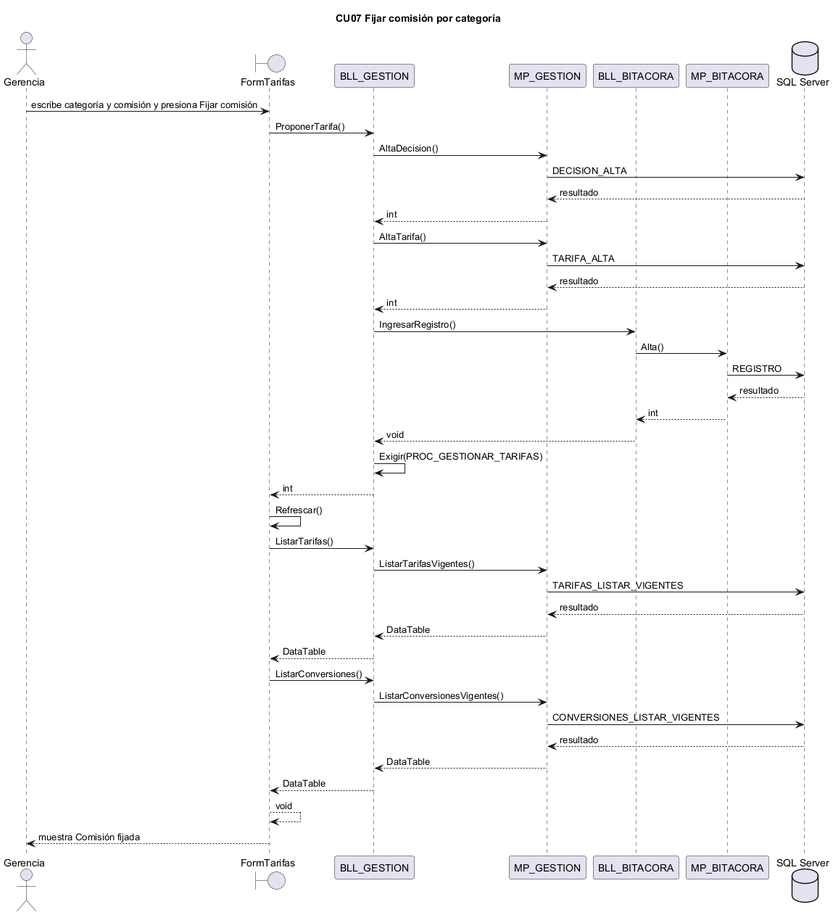
Earlier version of the PlantUML export docs/diagramas/secuencias_png/CU07.png (L-Muniz/uai-diploma_2026). The source it was exported from:
```plantuml
@startuml CU07
title CU07 Fijar comisión por categoría
actor "Gerencia" as ACT
boundary FormTarifas
participant BLL_GESTION
participant MP_GESTION
participant BLL_BITACORA
participant MP_BITACORA
database "SQL Server" as BD
ACT -> FormTarifas : escribe categoría y comisión y presiona Fijar comisión
FormTarifas -> BLL_GESTION : ProponerTarifa()
BLL_GESTION -> MP_GESTION : AltaDecision()
MP_GESTION -> BD : DECISION_ALTA
BD --> MP_GESTION : resultado
MP_GESTION --> BLL_GESTION : int
BLL_GESTION -> MP_GESTION : AltaTarifa()
MP_GESTION -> BD : TARIFA_ALTA
BD --> MP_GESTION : resultado
MP_GESTION --> BLL_GESTION : int
BLL_GESTION -> BLL_BITACORA : IngresarRegistro()
BLL_BITACORA -> MP_BITACORA : Alta()
MP_BITACORA -> BD : REGISTRO
BD --> MP_BITACORA : resultado
MP_BITACORA --> BLL_BITACORA : int
BLL_BITACORA --> BLL_GESTION : void
BLL_GESTION -> BLL_GESTION : Exigir(PROC_GESTIONAR_TARIFAS)
BLL_GESTION --> FormTarifas : int
FormTarifas -> FormTarifas : Refrescar()
FormTarifas -> BLL_GESTION : ListarTarifas()
BLL_GESTION -> MP_GESTION : ListarTarifasVigentes()
MP_GESTION -> BD : TARIFAS_LISTAR_VIGENTES
BD --> MP_GESTION : resultado
MP_GESTION --> BLL_GESTION : DataTable
BLL_GESTION --> FormTarifas : DataTable
FormTarifas -> BLL_GESTION : ListarConversiones()
BLL_GESTION -> MP_GESTION : ListarConversionesVigentes()
MP_GESTION -> BD : CONVERSIONES_LISTAR_VIGENTES
BD --> MP_GESTION : resultado
MP_GESTION --> BLL_GESTION : DataTable
BLL_GESTION --> FormTarifas : DataTable
FormTarifas --> FormTarifas : void
FormTarifas --> ACT : muestra Comisión fijada
@enduml
```
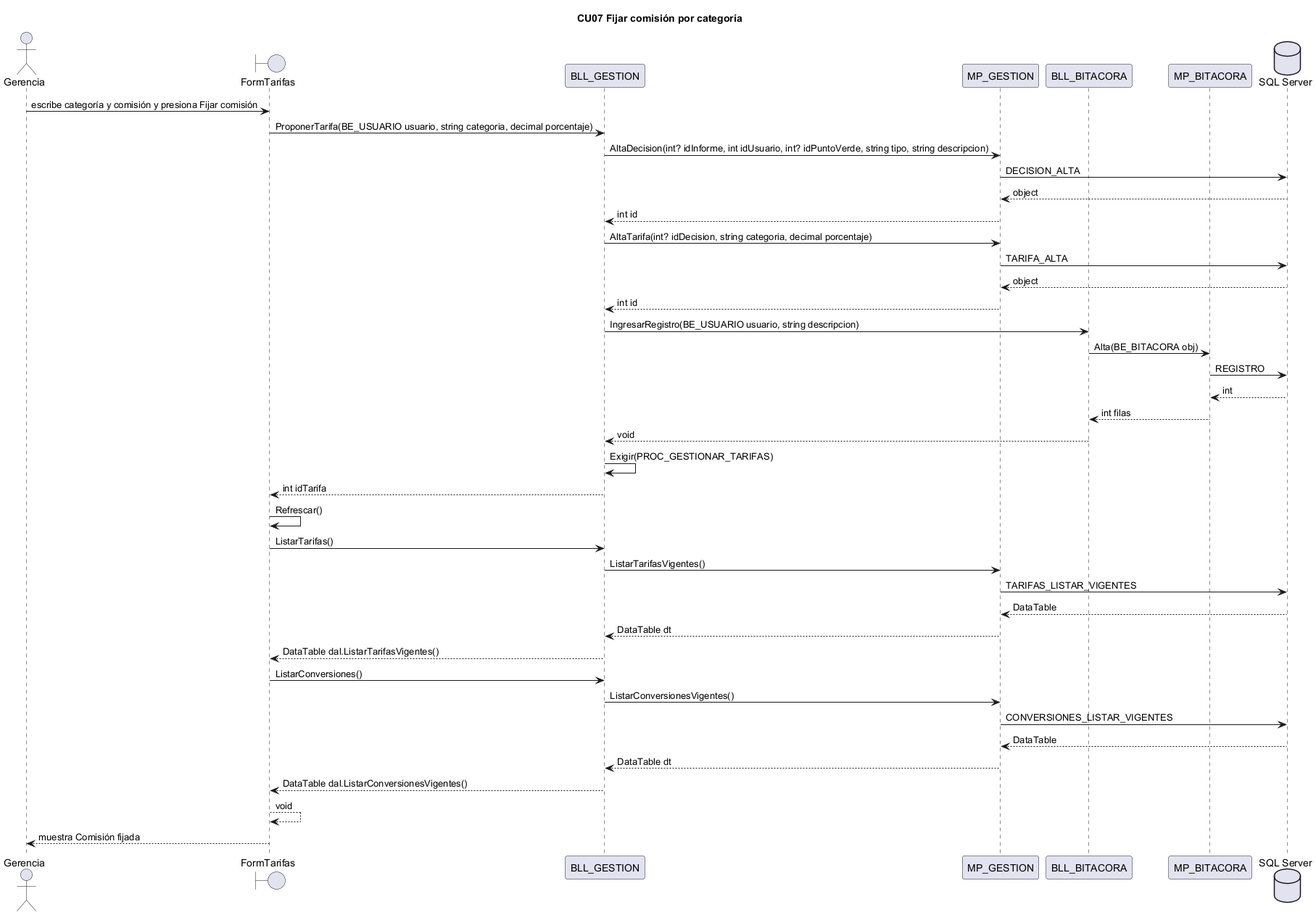
After the commit.

The edit, as a diff of the source:
```diff
@@ -8,36 +8,36 @@
 participant MP_BITACORA
 database "SQL Server" as BD
 ACT -> FormTarifas : escribe categoría y comisión y presiona Fijar comisión
-FormTarifas -> BLL_GESTION : ProponerTarifa()
-BLL_GESTION -> MP_GESTION : AltaDecision()
+FormTarifas -> BLL_GESTION : ProponerTarifa(BE_USUARIO usuario, string categoria, decimal porcentaje)
+BLL_GESTION -> MP_GESTION : AltaDecision(int? idInforme, int idUsuario, int? idPuntoVerde, string tipo, string descripcion)
 MP_GESTION -> BD : DECISION_ALTA
-BD --> MP_GESTION : resultado
-MP_GESTION --> BLL_GESTION : int
-BLL_GESTION -> MP_GESTION : AltaTarifa()
+BD --> MP_GESTION : object
+MP_GESTION --> BLL_GESTION : int id
+BLL_GESTION -> MP_GESTION : AltaTarifa(int? idDecision, string categoria, decimal porcentaje)
 MP_GESTION -> BD : TARIFA_ALTA
-BD --> MP_GESTION : resultado
-MP_GESTION --> BLL_GESTION : int
-BLL_GESTION -> BLL_BITACORA : IngresarRegistro()
-BLL_BITACORA -> MP_BITACORA : Alta()
+BD --> MP_GESTION : object
+MP_GESTION --> BLL_GESTION : int id
+BLL_GESTION -> BLL_BITACORA : IngresarRegistro(BE_USUARIO usuario, string descripcion)
+BLL_BITACORA -> MP_BITACORA : Alta(BE_BITACORA obj)
 MP_BITACORA -> BD : REGISTRO
-BD --> MP_BITACORA : resultado
-MP_BITACORA --> BLL_BITACORA : int
+BD --> MP_BITACORA : int
+MP_BITACORA --> BLL_BITACORA : int filas
 BLL_BITACORA --> BLL_GESTION : void
 BLL_GESTION -> BLL_GESTION : Exigir(PROC_GESTIONAR_TARIFAS)
-BLL_GESTION --> FormTarifas : int
+BLL_GESTION --> FormTarifas : int idTarifa
 FormTarifas -> FormTarifas : Refrescar()
 FormTarifas -> BLL_GESTION : ListarTarifas()
 BLL_GESTION -> MP_GESTION : ListarTarifasVigentes()
 MP_GESTION -> BD : TARIFAS_LISTAR_VIGENTES
-BD --> MP_GESTION : resultado
-MP_GESTION --> BLL_GESTION : DataTable
-BLL_GESTION --> FormTarifas : DataTable
+BD --> MP_GESTION : DataTable
+MP_GESTION --> BLL_GESTION : DataTable dt
+BLL_GESTION --> FormTarifas : DataTable dal.ListarTarifasVigentes()
 FormTarifas -> BLL_GESTION : ListarConversiones()
 BLL_GESTION -> MP_GESTION : ListarConversionesVigentes()
 MP_GESTION -> BD : CONVERSIONES_LISTAR_VIGENTES
-BD --> MP_GESTION : resultado
-MP_GESTION --> BLL_GESTION : DataTable
-BLL_GESTION --> FormTarifas : DataTable
+BD --> MP_GESTION : DataTable
+MP_GESTION --> BLL_GESTION : DataTable dt
+BLL_GESTION --> FormTarifas : DataTable dal.ListarConversionesVigentes()
 FormTarifas --> FormTarifas : void
 FormTarifas --> ACT : muestra Comisión fijada
 @enduml
```
